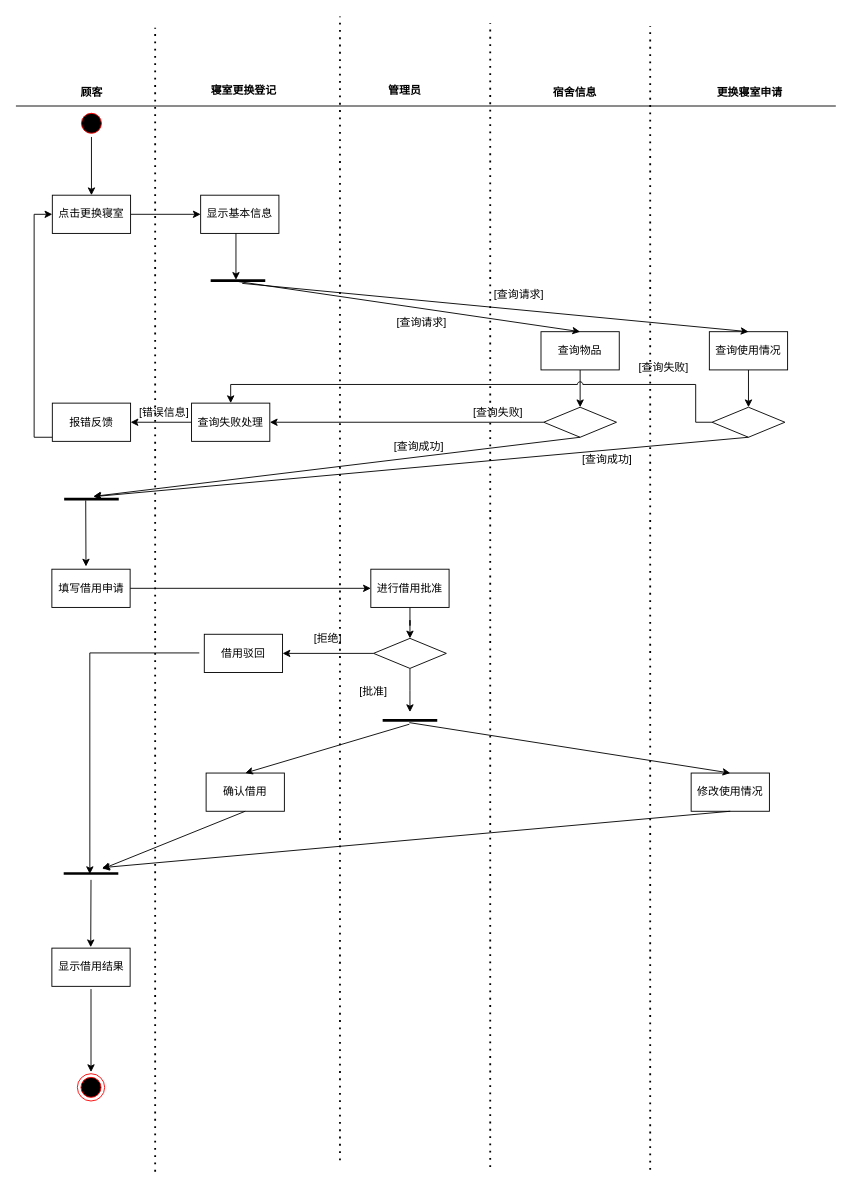
Above: 软件工程寝室更换.drawio in ZYNsama666/BackUp (draw.io), before the change. Source tidied: cells renumbered, new cells numbered last; positions are measured from the earlier drawing's top-left corner, leaving out a move shared by most shapes. Both pictures are drawn from the tidied source at 91%, with x=0, y=0 at pixel (15, 16).
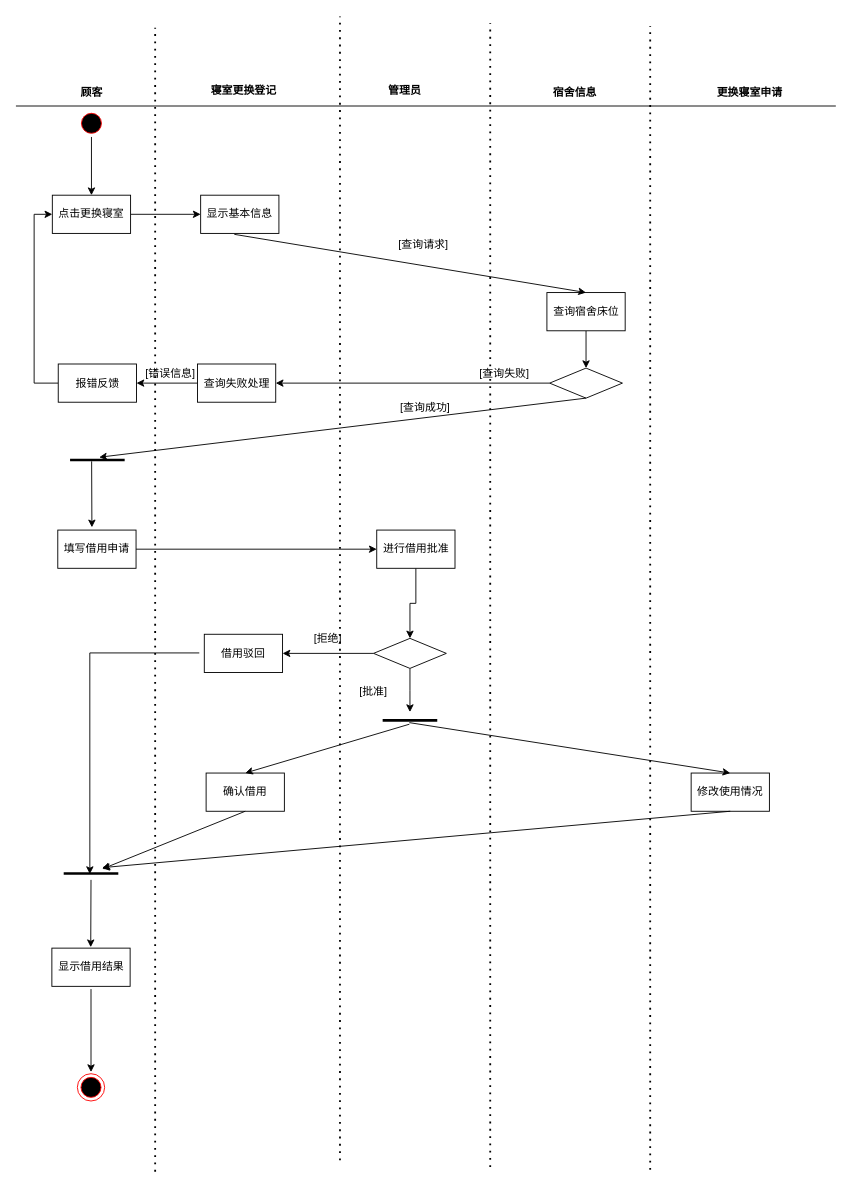
Above is the later version.

Commit message (it also covers changes not shown here):
更新软件工程寝室更换.drawio

The change refers to these unchanged cells:
```xml
<mxCell id="10" value="点击更换寝室" style="html=1;whiteSpace=wrap;" parent="1" vertex="1">
  <mxGeometry x="40" y="196" width="86" height="42" as="geometry" />
</mxCell>
<mxCell id="11" value="显示基本信息" style="html=1;whiteSpace=wrap;" parent="1" vertex="1">
  <mxGeometry x="203" y="196" width="86" height="42" as="geometry" />
</mxCell>
```

What changed in the source:
```diff
@@
-    <mxCell id="13" value="查询物品" style="html=1;whiteSpace=wrap;" parent="1" vertex="1">
-      <mxGeometry x="577" y="346" width="86" height="42" as="geometry" />
+    <mxCell id="13" value="查询宿舍床位" style="html=1;whiteSpace=wrap;" parent="1" vertex="1">
+      <mxGeometry x="583.5" y="303" width="86" height="42" as="geometry" />
     </mxCell>
@@
     <mxCell id="15" style="rhombus;whiteSpace=wrap;html=1;" parent="1" vertex="1">
-      <mxGeometry x="580" y="429" width="80" height="33" as="geometry" />
+      <mxGeometry x="586.5" y="386" width="80" height="33" as="geometry" />
     </mxCell>
@@
-    <mxCell id="19" style="edgeStyle=orthogonalEdgeStyle;rounded=0;orthogonalLoop=1;jettySize=auto;html=1;" parent="1" edge="1">
-      <mxGeometry relative="1" as="geometry">
-        <mxPoint x="241.8" y="238" as="sourcePoint" />
-        <mxPoint x="241.8" y="289" as="targetPoint" />
-      </mxGeometry>
-    </mxCell>
-    <mxCell id="20" style="line;strokeWidth=3;dashed=0;labelPosition=right;align=left;verticalAlign=middle;spacingTop=0;spacingLeft=6;points=[];portConstraint=eastwest;fontSize=13;" parent="1" vertex="1">
-      <mxGeometry x="214" y="285" width="60" height="10" as="geometry" />
-    </mxCell>
-    <mxCell id="21" style="endArrow=classic;html=1;rounded=0;exitX=0.511;exitY=0.593;exitDx=0;exitDy=0;entryX=0.5;entryY=0;entryDx=0;entryDy=0;exitPerimeter=0;" parent="1" edge="1" source="20" target="13">
+    <mxCell id="21" style="endArrow=classic;html=1;rounded=0;exitX=0.43;exitY=1.024;exitDx=0;exitDy=0;entryX=0.5;entryY=0;entryDx=0;entryDy=0;exitPerimeter=0;" parent="1" edge="1" source="11" target="13">
       <mxGeometry relative="1" as="geometry" />
     </mxCell>
     <mxCell id="22" value="[查询请求]" style="text;html=1;strokeColor=none;fillColor=none;align=center;verticalAlign=middle;whiteSpace=wrap;rounded=0;" parent="1" vertex="1">
-      <mxGeometry x="416" y="321" width="60" height="30" as="geometry" />
+      <mxGeometry x="418" y="235" width="60" height="30" as="geometry" />
     </mxCell>
@@
     <mxCell id="24" value="查询失败处理" style="html=1;whiteSpace=wrap;" parent="1" vertex="1">
-      <mxGeometry x="193" y="424.5" width="86" height="42" as="geometry" />
+      <mxGeometry x="199.5" y="381.5" width="86" height="42" as="geometry" />
     </mxCell>
     <mxCell id="25" value="[查询失败]" style="text;html=1;strokeColor=none;fillColor=none;align=center;verticalAlign=middle;whiteSpace=wrap;rounded=0;" parent="1" vertex="1">
-      <mxGeometry x="500" y="420" width="60" height="30" as="geometry" />
+      <mxGeometry x="506.5" y="377" width="60" height="30" as="geometry" />
     </mxCell>
@@
     <mxCell id="27" style="edgeStyle=orthogonalEdgeStyle;rounded=0;jettySize=auto;html=1;entryX=0;entryY=0.5;entryDx=0;entryDy=0;" parent="1" edge="1" source="28" target="10">
       <mxGeometry relative="1" as="geometry">
         <Array as="points">
-          <mxPoint x="20" y="462" />
+          <mxPoint x="20" y="403" />
           <mxPoint x="20" y="217" />
         </Array>
       </mxGeometry>
     </mxCell>
     <mxCell id="28" value="报错反馈" style="html=1;whiteSpace=wrap;" parent="1" vertex="1">
-      <mxGeometry x="40" y="424.5" width="86" height="42" as="geometry" />
+      <mxGeometry x="46.5" y="381.5" width="86" height="42" as="geometry" />
     </mxCell>
     <mxCell id="29" value="[错误信息]" style="text;html=1;strokeColor=none;fillColor=none;align=center;verticalAlign=middle;whiteSpace=wrap;rounded=0;" parent="1" vertex="1">
-      <mxGeometry x="133" y="420" width="60" height="30" as="geometry" />
+      <mxGeometry x="139.5" y="377" width="60" height="30" as="geometry" />
     </mxCell>
@@
     <mxCell id="31" style="line;strokeWidth=3;dashed=0;labelPosition=right;align=left;verticalAlign=middle;spacingTop=0;spacingLeft=6;points=[];portConstraint=eastwest;fontSize=13;" parent="1" vertex="1">
-      <mxGeometry x="53" y="525" width="60" height="10" as="geometry" />
+      <mxGeometry x="59.5" y="482" width="60" height="10" as="geometry" />
     </mxCell>
@@
     <mxCell id="33" value="[查询成功]" style="text;html=1;strokeColor=none;fillColor=none;align=center;verticalAlign=middle;whiteSpace=wrap;rounded=0;" parent="1" vertex="1">
-      <mxGeometry x="413" y="458" width="60" height="30" as="geometry" />
+      <mxGeometry x="419.5" y="415" width="60" height="30" as="geometry" />
     </mxCell>
-    <mxCell id="34" style="edgeStyle=orthogonalEdgeStyle;rounded=0;jettySize=auto;html=1;entryX=0.5;entryY=0;entryDx=0;entryDy=0;" parent="1" edge="1" source="35" target="37">
-      <mxGeometry relative="1" as="geometry" />
-    </mxCell>
-    <mxCell id="35" value="查询使用情况" style="html=1;whiteSpace=wrap;" parent="1" vertex="1">
-      <mxGeometry x="762" y="346" width="86" height="42" as="geometry" />
-    </mxCell>
-    <mxCell id="36" style="edgeStyle=orthogonalEdgeStyle;rounded=0;jettySize=auto;html=1;entryX=0.5;entryY=0;entryDx=0;entryDy=0;jumpStyle=arc;" parent="1" edge="1" source="37" target="24">
-      <mxGeometry relative="1" as="geometry">
-        <Array as="points">
-          <mxPoint x="747" y="446" />
-          <mxPoint x="747" y="404" />
-          <mxPoint x="236" y="404" />
-        </Array>
-      </mxGeometry>
-    </mxCell>
-    <mxCell id="37" style="rhombus;whiteSpace=wrap;html=1;" parent="1" vertex="1">
-      <mxGeometry x="765" y="429" width="80" height="33" as="geometry" />
-    </mxCell>
-    <mxCell id="38" style="endArrow=classic;html=1;rounded=0;exitX=0.578;exitY=0.791;exitDx=0;exitDy=0;entryX=0.5;entryY=0;entryDx=0;entryDy=0;exitPerimeter=0;" parent="1" edge="1" source="20" target="35">
-      <mxGeometry relative="1" as="geometry" />
-    </mxCell>
-    <mxCell id="39" style="endArrow=classic;html=1;rounded=0;exitX=0.5;exitY=1;exitDx=0;exitDy=0;entryX=0.542;entryY=0.224;entryDx=0;entryDy=0;entryPerimeter=0;" parent="1" edge="1" source="37" target="31">
-      <mxGeometry relative="1" as="geometry" />
-    </mxCell>
-    <mxCell id="40" value="[查询失败]" style="text;html=1;strokeColor=none;fillColor=none;align=center;verticalAlign=middle;whiteSpace=wrap;rounded=0;" parent="1" vertex="1">
-      <mxGeometry x="682" y="371" width="60" height="30" as="geometry" />
-    </mxCell>
-    <mxCell id="41" value="[查询成功]" style="text;html=1;strokeColor=none;fillColor=none;align=center;verticalAlign=middle;whiteSpace=wrap;rounded=0;" parent="1" vertex="1">
-      <mxGeometry x="620" y="472" width="60" height="30" as="geometry" />
-    </mxCell>
@@
-    <mxCell id="43" value="[查询请求]" style="text;html=1;strokeColor=none;fillColor=none;align=center;verticalAlign=middle;whiteSpace=wrap;rounded=0;" parent="1" vertex="1">
-      <mxGeometry x="523" y="291" width="60" height="30" as="geometry" />
-    </mxCell>
     <mxCell id="44" style="endArrow=classic;html=1;rounded=0;exitX=0.395;exitY=0.642;exitDx=0;exitDy=0;exitPerimeter=0;" parent="1" edge="1" source="31">
       <mxGeometry relative="1" as="geometry">
-        <mxPoint x="77" y="604" as="targetPoint" />
+        <mxPoint x="83.5" y="561" as="targetPoint" />
       </mxGeometry>
     </mxCell>
@@
     <mxCell id="46" value="填写借用申请" style="html=1;whiteSpace=wrap;" parent="1" vertex="1">
-      <mxGeometry x="39.5" y="607" width="86" height="42" as="geometry" />
+      <mxGeometry x="46" y="564" width="86" height="42" as="geometry" />
     </mxCell>
@@
     <mxCell id="48" value="进行借用批准" style="html=1;whiteSpace=wrap;" parent="1" vertex="1">
-      <mxGeometry x="390" y="607" width="86" height="42" as="geometry" />
+      <mxGeometry x="396.5" y="564" width="86" height="42" as="geometry" />
     </mxCell>
```
